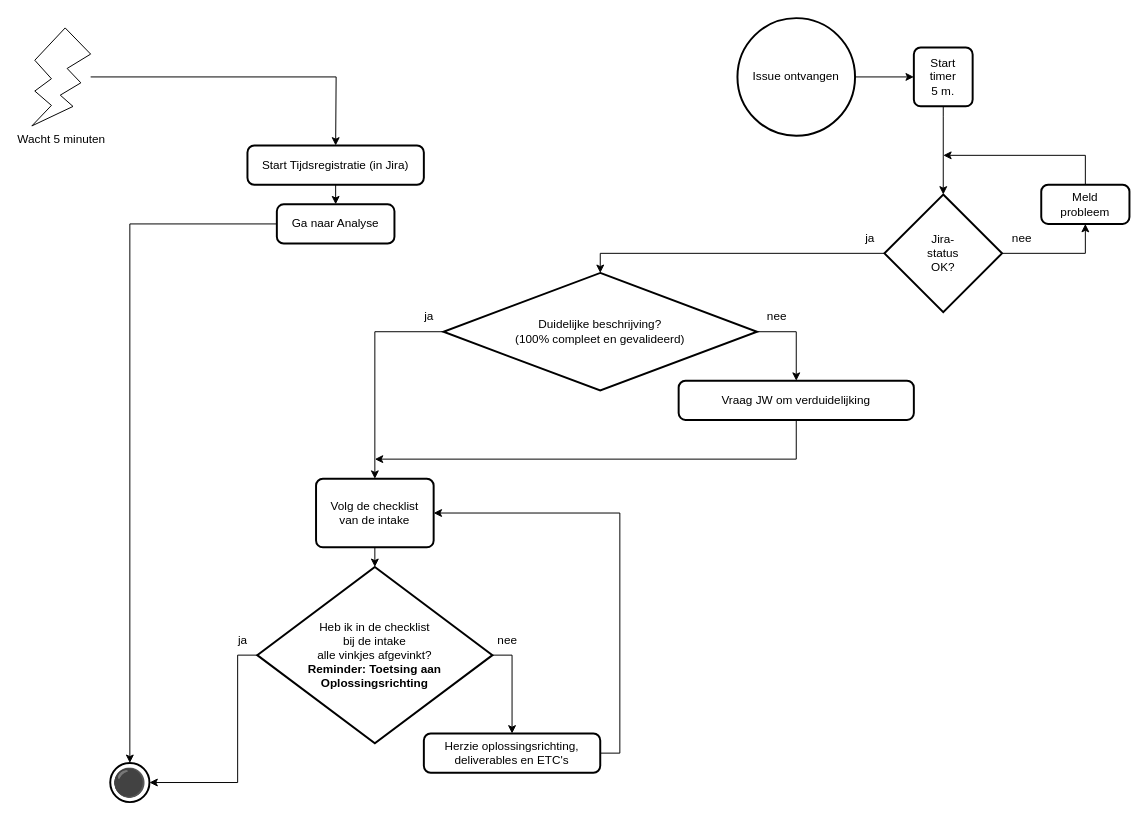
This is 1 Issue Tracker intake.drawio from Zaibatsu89/IssueTracker, a draw.io file, before an edit. Source tidied: cells renumbered, new cells numbered last; positions are measured from the earlier drawing's top-left corner, leaving out a move shared by most shapes. Both pictures are drawn from the tidied source at 98%, with x=0, y=0 at pixel (31, 18).
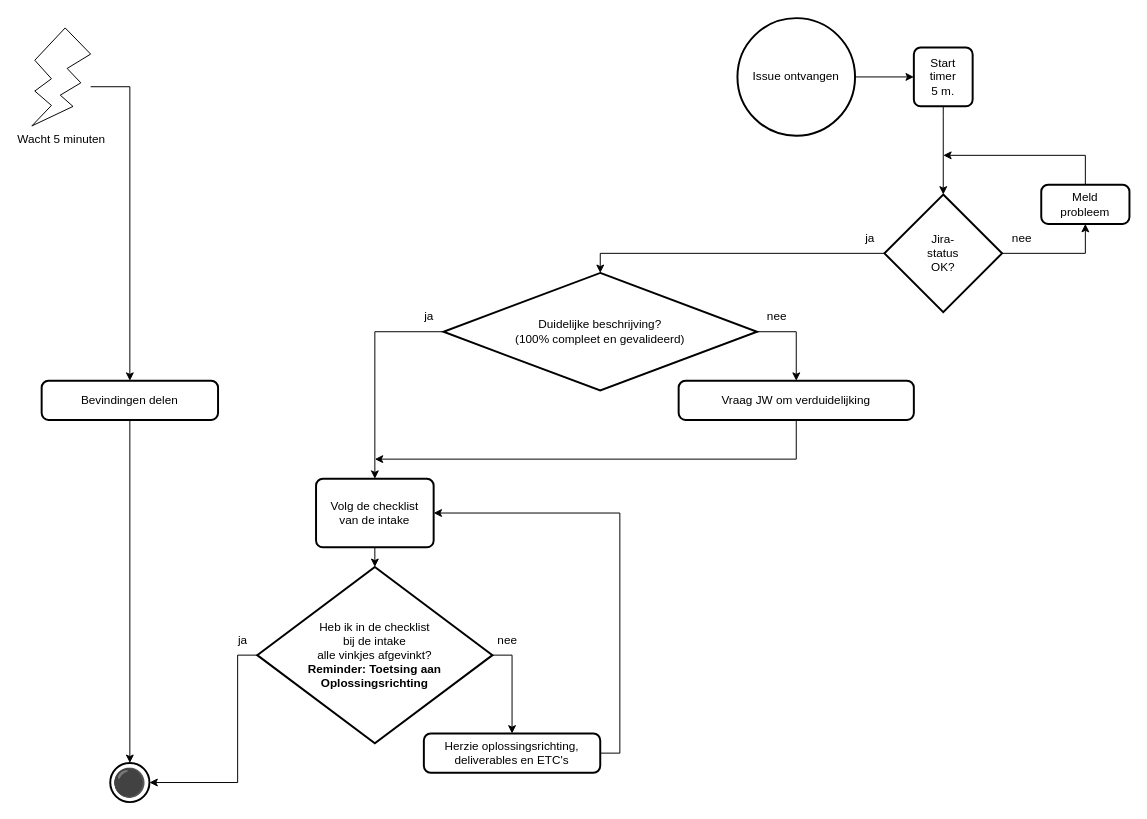
The same page after the edit.

Commit message:
"Start Tijdsregistratie (in Jira)" en "Ga naar Analyse" vervangen door "Bevindingen delen" in intake flowchart

Unchanged cells that the change refers to:
```xml
<mxCell id="11" value="⚫" style="strokeWidth=2;html=1;shape=mxgraph.flowchart.start_2;whiteSpace=wrap;fillStyle=solid;fillColor=none;perimeterSpacing=0;shadow=0;gradientColor=none;gradientDirection=north;fontSize=28;" parent="1" vertex="1">
  <mxGeometry x="80" y="760" width="40" height="40" as="geometry" />
</mxCell>
<mxCell id="16" value="Wacht 5 minuten" style="verticalLabelPosition=bottom;verticalAlign=top;html=1;shape=mxgraph.basic.flash;" parent="1" vertex="1">
  <mxGeometry y="10" width="60" height="100" as="geometry" />
</mxCell>
```

Diff of the diagram source:
```diff
@@
-    <mxCell id="12" value="Start Tijdsregistratie (in Jira)" style="rounded=1;whiteSpace=wrap;html=1;absoluteArcSize=1;arcSize=14;strokeWidth=2;" parent="1" vertex="1">
-      <mxGeometry x="220" y="130" width="180" height="40" as="geometry" />
+    <mxCell id="12" value="Bevindingen delen" style="rounded=1;whiteSpace=wrap;html=1;absoluteArcSize=1;arcSize=14;strokeWidth=2;" parent="1" vertex="1">
+      <mxGeometry x="10" y="370" width="180" height="40" as="geometry" />
     </mxCell>
-    <mxCell id="13" style="edgeStyle=orthogonalEdgeStyle;rounded=0;jettySize=auto;html=1;exitX=0.5;exitY=1;exitDx=0;exitDy=0;entryX=0.5;entryY=0;entryDx=0;entryDy=0;" parent="1" edge="1" source="12" target="18">
-      <mxGeometry relative="1" as="geometry" />
-    </mxCell>
@@
-    <mxCell id="17" style="edgeStyle=orthogonalEdgeStyle;rounded=0;jettySize=auto;html=1;entryX=0.5;entryY=0;entryDx=0;entryDy=0;entryPerimeter=0;" parent="1" edge="1" source="16">
+    <mxCell id="17" style="edgeStyle=orthogonalEdgeStyle;rounded=0;jettySize=auto;html=1;entryX=0.5;entryY=0;entryDx=0;entryDy=0;" parent="1" edge="1" target="12">
       <mxGeometry relative="1" as="geometry">
-        <mxPoint x="310" y="130" as="targetPoint" />
+        <mxPoint x="60" y="70" as="sourcePoint" />
+        <Array as="points">
+          <mxPoint x="100" y="70" />
+        </Array>
       </mxGeometry>
     </mxCell>
-    <mxCell id="18" value="Ga naar Analyse" style="rounded=1;whiteSpace=wrap;html=1;absoluteArcSize=1;arcSize=14;strokeWidth=2;" parent="1" vertex="1">
-      <mxGeometry x="250" y="190" width="120" height="40" as="geometry" />
-    </mxCell>
-    <mxCell id="19" style="edgeStyle=orthogonalEdgeStyle;rounded=0;jettySize=auto;html=1;entryX=0.5;entryY=0;entryDx=0;entryDy=0;entryPerimeter=0;" parent="1" edge="1" source="18" target="11">
+    <mxCell id="19" style="edgeStyle=orthogonalEdgeStyle;rounded=0;jettySize=auto;html=1;entryX=0.5;entryY=0;entryDx=0;entryDy=0;entryPerimeter=0;exitX=0.5;exitY=1;exitDx=0;exitDy=0;" parent="1" edge="1" source="12" target="11">
       <mxGeometry relative="1" as="geometry" />
     </mxCell>
```
